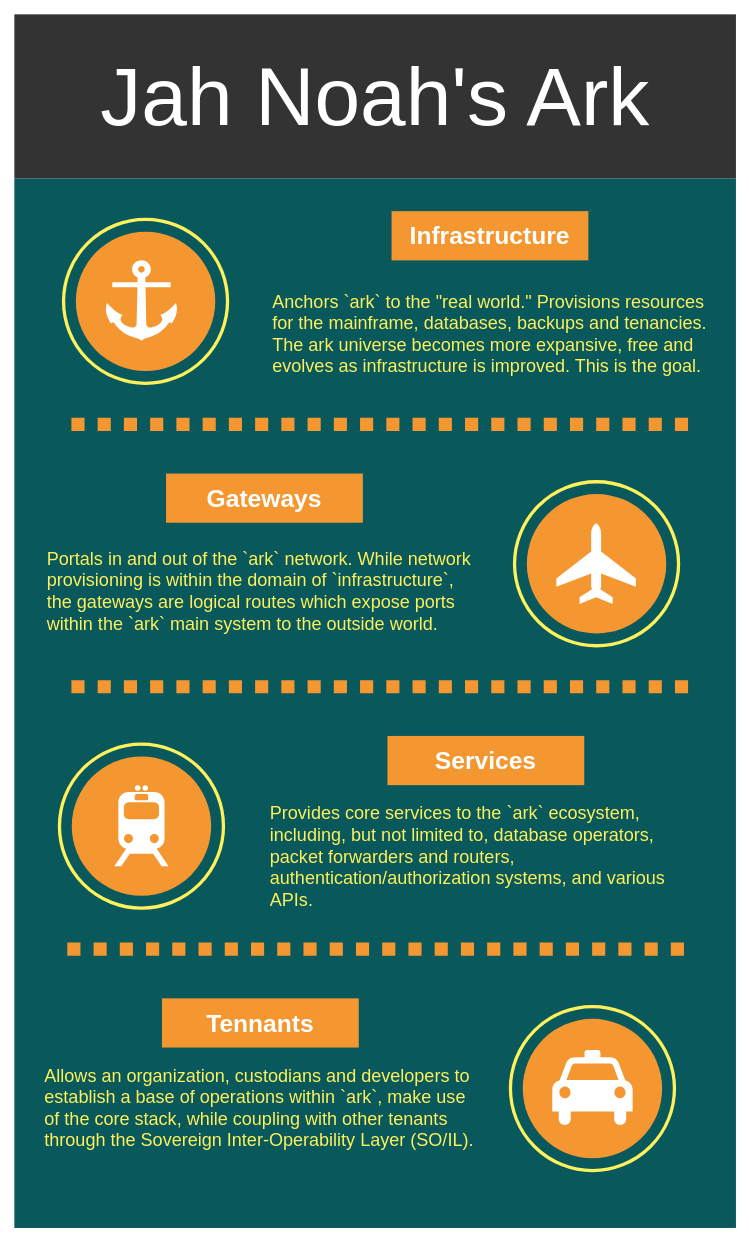
Earlier version of the draw.io diagram diagrams/jahnoahsark.drawio (onlyjah/log). Source tidied: cells renumbered, new cells numbered last; positions are measured from the earlier drawing's top-left corner, leaving out a move shared by most shapes. Both pictures are drawn from the tidied source at 82%, with x=0, y=0 at pixel (14, 14).
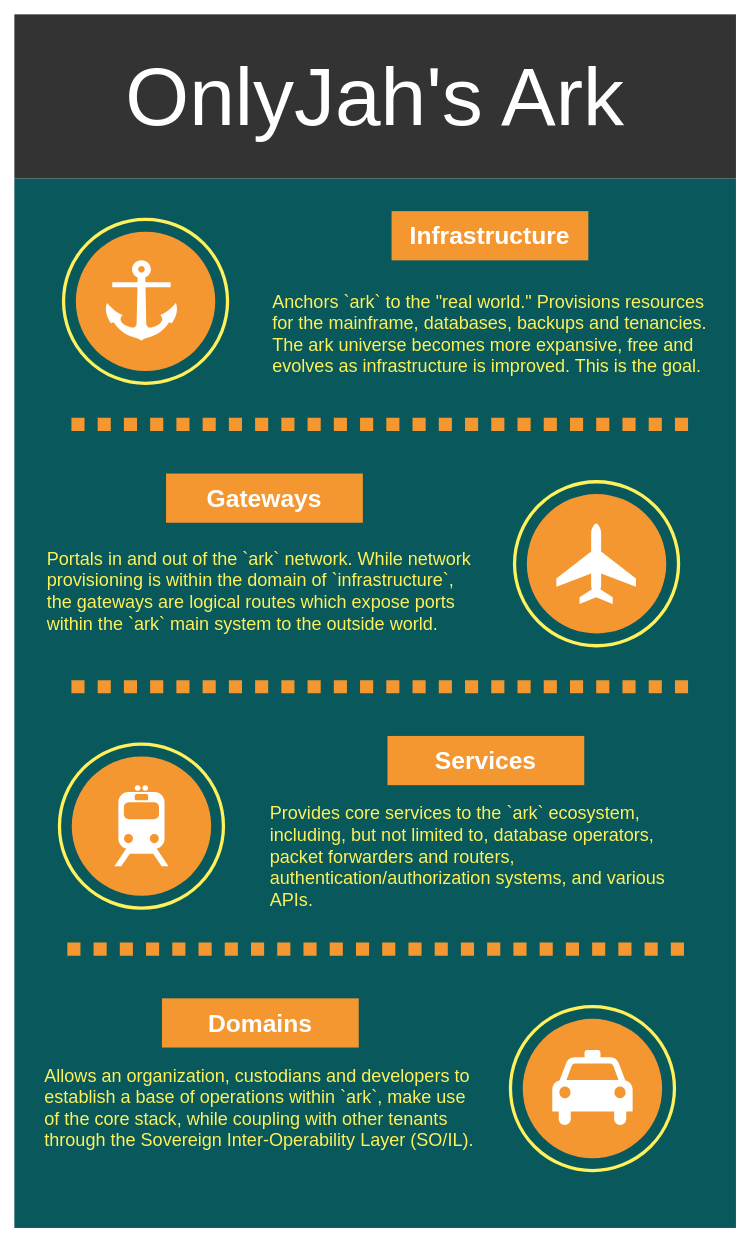
After the change.

Commit message:
Renamed Tennants to Domains

Diff of the diagram source:
```diff
@@
-    <mxCell id="3" value="Jah Noah's Ark" style="whiteSpace=wrap;html=1;rounded=0;shadow=0;dashed=0;strokeColor=none;strokeWidth=4;fillColor=#333333;gradientColor=none;fontFamily=Helvetica;fontSize=100;fontColor=#FFFFFF;align=center;" parent="1" vertex="1">
+    <mxCell id="3" value="OnlyJah's Ark" style="whiteSpace=wrap;html=1;rounded=0;shadow=0;dashed=0;strokeColor=none;strokeWidth=4;fillColor=#333333;gradientColor=none;fontFamily=Helvetica;fontSize=100;fontColor=#FFFFFF;align=center;" parent="1" vertex="1">
       <mxGeometry width="880" height="200" as="geometry" />
     </mxCell>
@@
-    <mxCell id="21" value="Tennants" style="whiteSpace=wrap;html=1;rounded=0;shadow=0;dashed=0;strokeColor=none;strokeWidth=4;fillColor=#F49731;gradientColor=none;fontFamily=Helvetica;fontSize=30;fontColor=#FFFFFF;align=center;fontStyle=1;" parent="1" vertex="1">
+    <mxCell id="21" value="Domains" style="whiteSpace=wrap;html=1;rounded=0;shadow=0;dashed=0;strokeColor=none;strokeWidth=4;fillColor=#F49731;gradientColor=none;fontFamily=Helvetica;fontSize=30;fontColor=#FFFFFF;align=center;fontStyle=1;" parent="1" vertex="1">
       <mxGeometry x="180" y="1200" width="240" height="60" as="geometry" />
     </mxCell>
```
